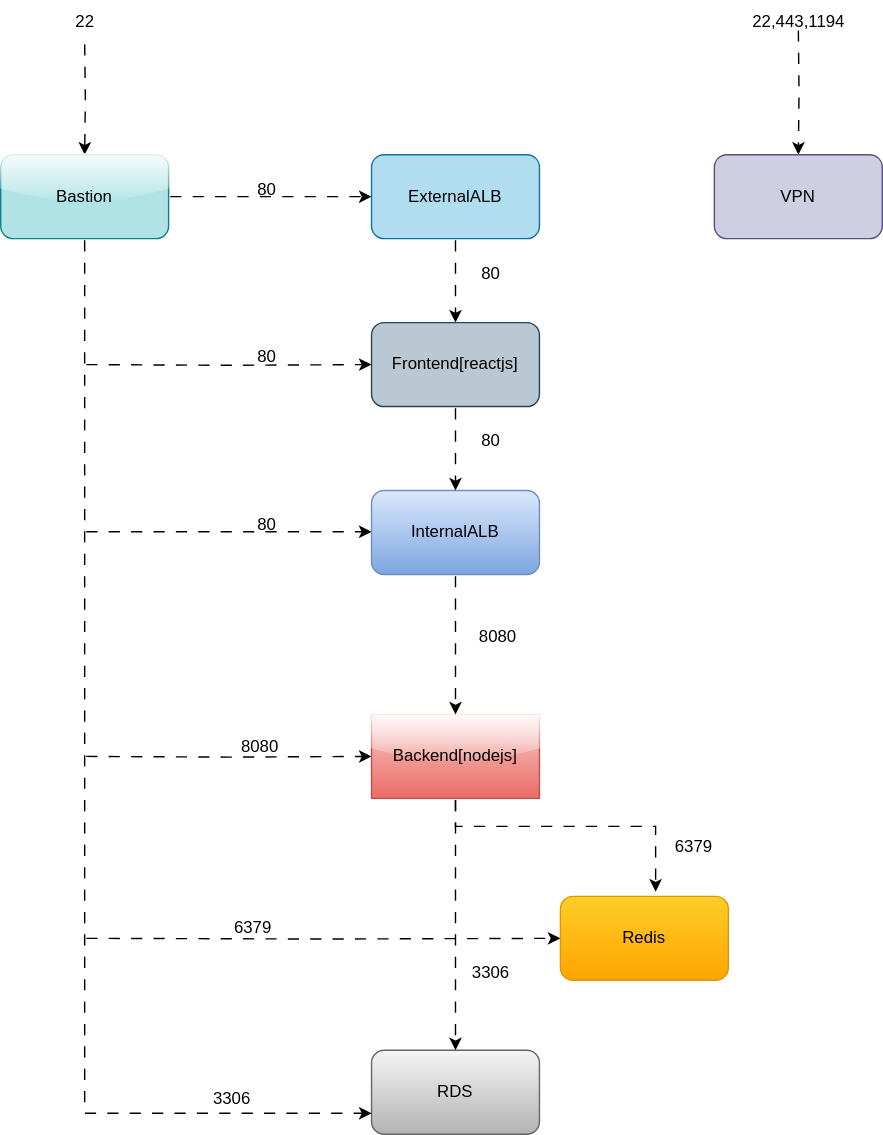
sivaramakrishna-konka/aws-3tier-terraform keeps this draw.io diagram as sg-rules.drawio.svg. Above is the earlier version. Source tidied: cells renumbered, new cells last; positions are measured from the earlier drawing's top-left corner, leaving out a move shared by most shapes.
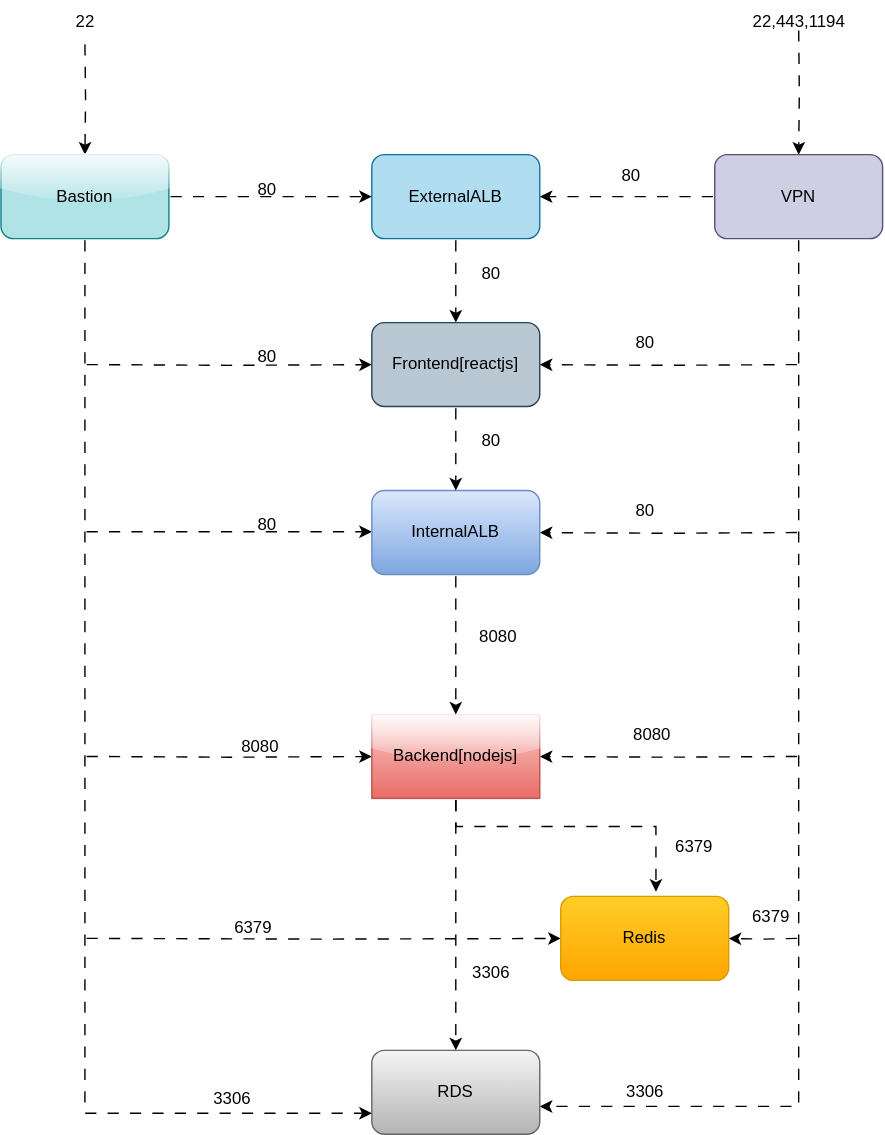
After the change.

Commit message:
update infra diagram

The edit, as a diff of the source:
```diff
@@ -2,6 +2,13 @@
   <root>
     <mxCell id="0" />
     <mxCell id="1" parent="0" />
+    <mxCell id="36" style="edgeStyle=orthogonalEdgeStyle;rounded=0;jettySize=auto;html=1;exitX=0.5;exitY=1;exitDx=0;exitDy=0;flowAnimation=1;" parent="1" edge="1" source="27" target="2">
+      <mxGeometry relative="1" as="geometry">
+        <Array as="points">
+          <mxPoint x="570" y="790" />
+        </Array>
+      </mxGeometry>
+    </mxCell>
     <mxCell id="2" value="RDS" style="rounded=1;whiteSpace=wrap;html=1;fillColor=#f5f5f5;gradientColor=#b3b3b3;strokeColor=#666666;" parent="1" vertex="1">
       <mxGeometry x="265" y="750" width="120" height="60" as="geometry" />
     </mxCell>
@@ -10,6 +17,11 @@
         <mxPoint x="60" y="670" as="sourcePoint" />
       </mxGeometry>
     </mxCell>
+    <mxCell id="37" style="edgeStyle=orthogonalEdgeStyle;rounded=0;jettySize=auto;html=1;flowAnimation=1;" parent="1" edge="1" target="4">
+      <mxGeometry relative="1" as="geometry">
+        <mxPoint x="570" y="670" as="sourcePoint" />
+      </mxGeometry>
+    </mxCell>
     <mxCell id="4" value="Redis" style="rounded=1;whiteSpace=wrap;html=1;fillColor=#ffcd28;gradientColor=#ffa500;strokeColor=#d79b00;" parent="1" vertex="1">
       <mxGeometry x="400" y="640" width="120" height="60" as="geometry" />
     </mxCell>
@@ -21,6 +33,11 @@
         <mxPoint x="60" y="540" as="sourcePoint" />
       </mxGeometry>
     </mxCell>
+    <mxCell id="38" style="edgeStyle=orthogonalEdgeStyle;rounded=0;jettySize=auto;html=1;flowAnimation=1;" parent="1" edge="1" target="7">
+      <mxGeometry relative="1" as="geometry">
+        <mxPoint x="570" y="540" as="sourcePoint" />
+      </mxGeometry>
+    </mxCell>
     <mxCell id="7" value="Backend[nodejs]" style="rounded=0;whiteSpace=wrap;html=1;fillColor=#f8cecc;glass=1;gradientColor=#ea6b66;strokeColor=#b85450;" parent="1" vertex="1">
       <mxGeometry x="265" y="510" width="120" height="60" as="geometry" />
     </mxCell>
@@ -33,6 +50,11 @@
         <mxPoint x="265" y="379.5" as="targetPoint" />
       </mxGeometry>
     </mxCell>
+    <mxCell id="39" style="edgeStyle=orthogonalEdgeStyle;rounded=0;jettySize=auto;html=1;flowAnimation=1;" parent="1" edge="1" target="10">
+      <mxGeometry relative="1" as="geometry">
+        <mxPoint x="570" y="380" as="sourcePoint" />
+      </mxGeometry>
+    </mxCell>
     <mxCell id="10" value="InternalALB" style="rounded=1;whiteSpace=wrap;html=1;fillColor=#dae8fc;gradientColor=#7ea6e0;strokeColor=#6c8ebf;" parent="1" vertex="1">
       <mxGeometry x="265" y="350" width="120" height="60" as="geometry" />
     </mxCell>
@@ -50,6 +72,11 @@
         <mxPoint x="60" y="260" as="sourcePoint" />
       </mxGeometry>
     </mxCell>
+    <mxCell id="40" style="edgeStyle=orthogonalEdgeStyle;rounded=0;jettySize=auto;html=1;flowAnimation=1;" parent="1" edge="1" target="15">
+      <mxGeometry relative="1" as="geometry">
+        <mxPoint x="570" y="260" as="sourcePoint" />
+      </mxGeometry>
+    </mxCell>
     <mxCell id="15" value="Frontend[reactjs]" style="rounded=1;whiteSpace=wrap;html=1;fillColor=#bac8d3;strokeColor=#23445d;" parent="1" vertex="1">
       <mxGeometry x="265" y="230" width="120" height="60" as="geometry" />
     </mxCell>
@@ -99,6 +126,9 @@
         <mxPoint x="570" y="20" as="sourcePoint" />
       </mxGeometry>
     </mxCell>
+    <mxCell id="41" style="edgeStyle=orthogonalEdgeStyle;rounded=0;jettySize=auto;html=1;entryX=1;entryY=0.5;entryDx=0;entryDy=0;flowAnimation=1;" parent="1" edge="1" source="27" target="12">
+      <mxGeometry relative="1" as="geometry" />
+    </mxCell>
     <mxCell id="27" value="VPN" style="rounded=1;whiteSpace=wrap;html=1;fillColor=#d0cee2;strokeColor=#56517e;" parent="1" vertex="1">
       <mxGeometry x="510" y="110" width="120" height="60" as="geometry" />
     </mxCell>
@@ -126,5 +156,23 @@
     <mxCell id="35" value="22,443,1194" style="text;html=1;align=center;verticalAlign=middle;strokeColor=none;fillColor=none;" parent="1" vertex="1">
       <mxGeometry x="525" width="90" height="30" as="geometry" />
     </mxCell>
+    <mxCell id="42" value="3306" style="text;html=1;align=center;verticalAlign=middle;strokeColor=none;fillColor=none;" parent="1" vertex="1">
+      <mxGeometry x="435" y="765" width="50" height="30" as="geometry" />
+    </mxCell>
+    <mxCell id="43" value="6379" style="text;html=1;align=center;verticalAlign=middle;strokeColor=none;fillColor=none;" parent="1" vertex="1">
+      <mxGeometry x="525" y="640" width="50" height="30" as="geometry" />
+    </mxCell>
+    <mxCell id="44" value="8080" style="text;html=1;align=center;verticalAlign=middle;strokeColor=none;fillColor=none;" parent="1" vertex="1">
+      <mxGeometry x="440" y="510" width="50" height="30" as="geometry" />
+    </mxCell>
+    <mxCell id="45" value="80" style="text;html=1;align=center;verticalAlign=middle;strokeColor=none;fillColor=none;" parent="1" vertex="1">
+      <mxGeometry x="440" y="350" width="40" height="30" as="geometry" />
+    </mxCell>
+    <mxCell id="46" value="80" style="text;html=1;align=center;verticalAlign=middle;strokeColor=none;fillColor=none;" parent="1" vertex="1">
+      <mxGeometry x="440" y="230" width="40" height="30" as="geometry" />
+    </mxCell>
+    <mxCell id="47" value="80" style="text;html=1;align=center;verticalAlign=middle;strokeColor=none;fillColor=none;" parent="1" vertex="1">
+      <mxGeometry x="430" y="110" width="40" height="30" as="geometry" />
+    </mxCell>
   </root>
 </mxGraphModel>
```
